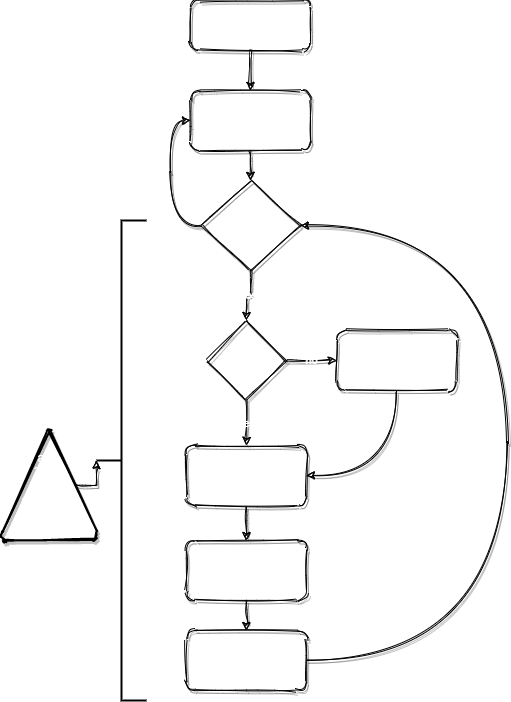
The draw.io diagram Doku/Diagramme/flowchart.png in cptwtf/ledrace, before a commit. Source tidied: cells renumbered, new cells last; positions are measured from the earlier drawing's top-left corner, leaving out a move shared by most shapes.
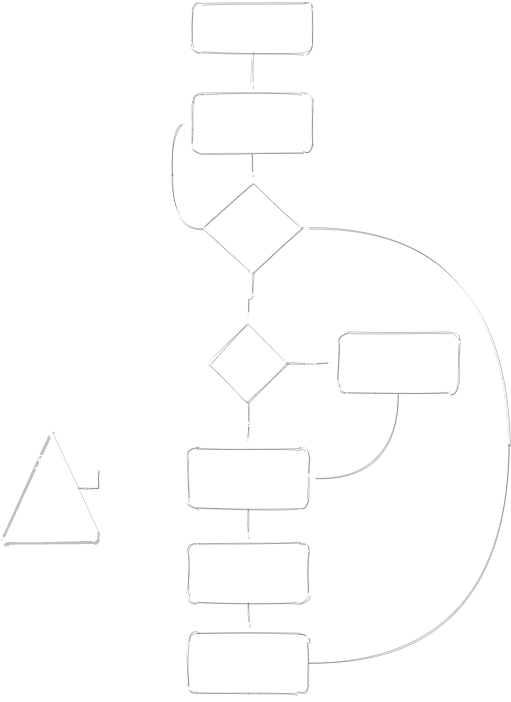
The same diagram one commit later.

Change to the diagram source:
```diff
@@ -2,24 +2,24 @@
   <root>
     <mxCell id="0" />
     <mxCell id="1" parent="0" />
-    <mxCell id="2" style="edgeStyle=orthogonalEdgeStyle;jettySize=auto;html=1;entryX=0.5;entryY=0;entryDx=0;entryDy=0;fillColor=none;sketch=1;shadow=1;fontColor=#FFFFFF;labelBackgroundColor=none;curved=1;" parent="1" edge="1" source="3" target="19">
+    <mxCell id="2" style="edgeStyle=orthogonalEdgeStyle;jettySize=auto;html=1;entryX=0.5;entryY=0;entryDx=0;entryDy=0;fillColor=none;sketch=1;shadow=1;fontColor=#FFFFFF;labelBackgroundColor=none;curved=1;strokeColor=#FFFFFF;" parent="1" edge="1" source="3" target="19">
       <mxGeometry relative="1" as="geometry" />
     </mxCell>
-    <mxCell id="3" value="setup()" style="rounded=1;whiteSpace=wrap;html=1;fillColor=none;sketch=1;shadow=1;fontColor=#FFFFFF;labelBackgroundColor=none;" parent="1" vertex="1">
+    <mxCell id="3" value="setup()" style="rounded=1;whiteSpace=wrap;html=1;fillColor=none;sketch=1;shadow=1;fontColor=#FFFFFF;labelBackgroundColor=none;strokeColor=#FFFFFF;" parent="1" vertex="1">
       <mxGeometry x="189" width="120" height="50" as="geometry" />
     </mxCell>
-    <mxCell id="4" style="edgeStyle=orthogonalEdgeStyle;rounded=0;jettySize=auto;html=1;exitX=0.5;exitY=1;exitDx=0;exitDy=0;fillColor=none;sketch=1;shadow=1;fontColor=#FFFFFF;labelBackgroundColor=none;" parent="1" edge="1" source="5">
+    <mxCell id="4" style="edgeStyle=orthogonalEdgeStyle;rounded=0;jettySize=auto;html=1;exitX=0.5;exitY=1;exitDx=0;exitDy=0;fillColor=none;sketch=1;shadow=1;fontColor=#FFFFFF;labelBackgroundColor=none;strokeColor=#FFFFFF;" parent="1" edge="1" source="5">
       <mxGeometry relative="1" as="geometry">
         <mxPoint x="245" y="540" as="targetPoint" />
       </mxGeometry>
     </mxCell>
-    <mxCell id="5" value="update()&lt;br&gt;each player" style="rounded=1;whiteSpace=wrap;html=1;fillColor=none;sketch=1;shadow=1;fontColor=#FFFFFF;labelBackgroundColor=none;" parent="1" vertex="1">
+    <mxCell id="5" value="update()&lt;br&gt;each player" style="rounded=1;whiteSpace=wrap;html=1;fillColor=none;sketch=1;shadow=1;fontColor=#FFFFFF;labelBackgroundColor=none;strokeColor=#FFFFFF;" parent="1" vertex="1">
       <mxGeometry x="185" y="445" width="120" height="60" as="geometry" />
     </mxCell>
-    <mxCell id="6" value="yes" style="edgeStyle=orthogonalEdgeStyle;rounded=0;jettySize=auto;html=1;exitX=0.5;exitY=1;exitDx=0;exitDy=0;entryX=0.5;entryY=0;entryDx=0;entryDy=0;fillColor=none;sketch=1;shadow=1;fontColor=#FFFFFF;labelBackgroundColor=none;" parent="1" edge="1" source="10" target="5">
+    <mxCell id="6" value="yes" style="edgeStyle=orthogonalEdgeStyle;rounded=0;jettySize=auto;html=1;exitX=0.5;exitY=1;exitDx=0;exitDy=0;entryX=0.5;entryY=0;entryDx=0;entryDy=0;fillColor=none;sketch=1;shadow=1;fontColor=#FFFFFF;labelBackgroundColor=none;strokeColor=#FFFFFF;" parent="1" edge="1" source="10" target="5">
       <mxGeometry relative="1" as="geometry" />
     </mxCell>
-    <mxCell id="7" value="no" style="edgeStyle=orthogonalEdgeStyle;jettySize=auto;html=1;entryX=0;entryY=0.5;entryDx=0;entryDy=0;fillColor=none;sketch=1;shadow=1;fontColor=#FFFFFF;labelBackgroundColor=none;curved=1;" parent="1" edge="1" source="8" target="19">
+    <mxCell id="7" value="no" style="edgeStyle=orthogonalEdgeStyle;jettySize=auto;html=1;entryX=0;entryY=0.5;entryDx=0;entryDy=0;fillColor=none;sketch=1;shadow=1;fontColor=#FFFFFF;labelBackgroundColor=none;curved=1;strokeColor=#FFFFFF;" parent="1" edge="1" source="8" target="19">
       <mxGeometry x="-0.03" y="14" relative="1" as="geometry">
         <Array as="points">
           <mxPoint x="169" y="225" />
@@ -27,31 +27,31 @@
         </Array>
       </mxGeometry>
     </mxCell>
-    <mxCell id="8" value="game running?" style="rhombus;whiteSpace=wrap;html=1;fillColor=none;sketch=1;shadow=1;fontColor=#FFFFFF;labelBackgroundColor=none;" parent="1" vertex="1">
+    <mxCell id="8" value="game running?" style="rhombus;whiteSpace=wrap;html=1;fillColor=none;sketch=1;shadow=1;fontColor=#FFFFFF;labelBackgroundColor=none;strokeColor=#FFFFFF;" parent="1" vertex="1">
       <mxGeometry x="199" y="180" width="100" height="90" as="geometry" />
     </mxCell>
-    <mxCell id="9" value="no" style="edgeStyle=orthogonalEdgeStyle;rounded=0;jettySize=auto;html=1;exitX=1;exitY=0.5;exitDx=0;exitDy=0;entryX=0;entryY=0.5;entryDx=0;entryDy=0;fillColor=none;sketch=1;shadow=1;fontColor=#FFFFFF;labelBackgroundColor=none;" parent="1" edge="1" source="10" target="13">
+    <mxCell id="9" value="no" style="edgeStyle=orthogonalEdgeStyle;rounded=0;jettySize=auto;html=1;exitX=1;exitY=0.5;exitDx=0;exitDy=0;entryX=0;entryY=0.5;entryDx=0;entryDy=0;fillColor=none;sketch=1;shadow=1;fontColor=#FFFFFF;labelBackgroundColor=none;strokeColor=#FFFFFF;" parent="1" edge="1" source="10" target="13">
       <mxGeometry relative="1" as="geometry" />
     </mxCell>
-    <mxCell id="10" value="game init&lt;br&gt;done?" style="rhombus;whiteSpace=wrap;html=1;fillColor=none;sketch=1;shadow=1;fontColor=#FFFFFF;labelBackgroundColor=none;" parent="1" vertex="1">
+    <mxCell id="10" value="game init&lt;br&gt;done?" style="rhombus;whiteSpace=wrap;html=1;fillColor=none;sketch=1;shadow=1;fontColor=#FFFFFF;labelBackgroundColor=none;strokeColor=#FFFFFF;" parent="1" vertex="1">
       <mxGeometry x="205" y="320" width="80" height="80" as="geometry" />
     </mxCell>
-    <mxCell id="11" value="yes" style="edgeStyle=orthogonalEdgeStyle;rounded=0;jettySize=auto;html=1;exitX=0.5;exitY=1;exitDx=0;exitDy=0;entryX=0.5;entryY=0;entryDx=0;entryDy=0;fillColor=none;sketch=1;shadow=1;fontColor=#FFFFFF;labelBackgroundColor=none;" parent="1" edge="1" source="8" target="10">
+    <mxCell id="11" value="yes" style="edgeStyle=orthogonalEdgeStyle;rounded=0;jettySize=auto;html=1;exitX=0.5;exitY=1;exitDx=0;exitDy=0;entryX=0.5;entryY=0;entryDx=0;entryDy=0;fillColor=none;sketch=1;shadow=1;fontColor=#FFFFFF;labelBackgroundColor=none;strokeColor=#FFFFFF;" parent="1" edge="1" source="8" target="10">
       <mxGeometry relative="1" as="geometry" />
     </mxCell>
-    <mxCell id="12" style="edgeStyle=orthogonalEdgeStyle;jettySize=auto;html=1;exitX=0.5;exitY=1;exitDx=0;exitDy=0;entryX=1;entryY=0.5;entryDx=0;entryDy=0;fillColor=none;sketch=1;shadow=1;fontColor=#FFFFFF;labelBackgroundColor=none;curved=1;" parent="1" edge="1" source="13" target="5">
+    <mxCell id="12" style="edgeStyle=orthogonalEdgeStyle;jettySize=auto;html=1;exitX=0.5;exitY=1;exitDx=0;exitDy=0;entryX=1;entryY=0.5;entryDx=0;entryDy=0;fillColor=none;sketch=1;shadow=1;fontColor=#FFFFFF;labelBackgroundColor=none;curved=1;strokeColor=#FFFFFF;" parent="1" edge="1" source="13" target="5">
       <mxGeometry relative="1" as="geometry" />
     </mxCell>
-    <mxCell id="13" value="initialize()&lt;br&gt;&lt;br&gt;each player" style="rounded=1;whiteSpace=wrap;html=1;fillColor=none;sketch=1;shadow=1;fontColor=#FFFFFF;labelBackgroundColor=none;" parent="1" vertex="1">
+    <mxCell id="13" value="initialize()&lt;br&gt;&lt;br&gt;each player" style="rounded=1;whiteSpace=wrap;html=1;fillColor=none;sketch=1;shadow=1;fontColor=#FFFFFF;labelBackgroundColor=none;strokeColor=#FFFFFF;" parent="1" vertex="1">
       <mxGeometry x="335" y="330" width="120" height="60" as="geometry" />
     </mxCell>
-    <mxCell id="14" style="edgeStyle=orthogonalEdgeStyle;rounded=0;jettySize=auto;html=1;exitX=0.5;exitY=1;exitDx=0;exitDy=0;entryX=0.5;entryY=0;entryDx=0;entryDy=0;fillColor=none;sketch=1;shadow=1;fontColor=#FFFFFF;labelBackgroundColor=none;" parent="1" edge="1" source="15" target="17">
+    <mxCell id="14" style="edgeStyle=orthogonalEdgeStyle;rounded=0;jettySize=auto;html=1;exitX=0.5;exitY=1;exitDx=0;exitDy=0;entryX=0.5;entryY=0;entryDx=0;entryDy=0;fillColor=none;sketch=1;shadow=1;fontColor=#FFFFFF;labelBackgroundColor=none;strokeColor=#FFFFFF;" parent="1" edge="1" source="15" target="17">
       <mxGeometry relative="1" as="geometry" />
     </mxCell>
-    <mxCell id="15" value="draw()&lt;br&gt;each player" style="rounded=1;whiteSpace=wrap;html=1;fillColor=none;sketch=1;shadow=1;fontColor=#FFFFFF;labelBackgroundColor=none;" parent="1" vertex="1">
+    <mxCell id="15" value="draw()&lt;br&gt;each player" style="rounded=1;whiteSpace=wrap;html=1;fillColor=none;sketch=1;shadow=1;fontColor=#FFFFFF;labelBackgroundColor=none;strokeColor=#FFFFFF;" parent="1" vertex="1">
       <mxGeometry x="185" y="540" width="120" height="60" as="geometry" />
     </mxCell>
-    <mxCell id="16" style="edgeStyle=orthogonalEdgeStyle;jettySize=auto;html=1;exitX=1;exitY=0.5;exitDx=0;exitDy=0;entryX=1;entryY=0.5;entryDx=0;entryDy=0;fillColor=none;sketch=1;shadow=1;fontColor=#FFFFFF;labelBackgroundColor=none;curved=1;" parent="1" edge="1" source="17" target="8">
+    <mxCell id="16" style="edgeStyle=orthogonalEdgeStyle;jettySize=auto;html=1;exitX=1;exitY=0.5;exitDx=0;exitDy=0;entryX=1;entryY=0.5;entryDx=0;entryDy=0;fillColor=none;sketch=1;shadow=1;fontColor=#FFFFFF;labelBackgroundColor=none;curved=1;strokeColor=#FFFFFF;" parent="1" edge="1" source="17" target="8">
       <mxGeometry relative="1" as="geometry">
         <Array as="points">
           <mxPoint x="505" y="660" />
@@ -59,25 +59,25 @@
         </Array>
       </mxGeometry>
     </mxCell>
-    <mxCell id="17" value="updateScreen()&lt;br&gt;&lt;br&gt;each player" style="rounded=1;whiteSpace=wrap;html=1;fillColor=none;sketch=1;shadow=1;fontColor=#FFFFFF;labelBackgroundColor=none;" parent="1" vertex="1">
+    <mxCell id="17" value="updateScreen()&lt;br&gt;&lt;br&gt;each player" style="rounded=1;whiteSpace=wrap;html=1;fillColor=none;sketch=1;shadow=1;fontColor=#FFFFFF;labelBackgroundColor=none;strokeColor=#FFFFFF;" parent="1" vertex="1">
       <mxGeometry x="185" y="630" width="120" height="60" as="geometry" />
     </mxCell>
-    <mxCell id="18" style="edgeStyle=orthogonalEdgeStyle;rounded=0;jettySize=auto;html=1;exitX=0.5;exitY=1;exitDx=0;exitDy=0;entryX=0.5;entryY=0;entryDx=0;entryDy=0;fillColor=none;sketch=1;shadow=1;fontColor=#FFFFFF;labelBackgroundColor=none;" parent="1" edge="1" source="19" target="8">
+    <mxCell id="18" style="edgeStyle=orthogonalEdgeStyle;rounded=0;jettySize=auto;html=1;exitX=0.5;exitY=1;exitDx=0;exitDy=0;entryX=0.5;entryY=0;entryDx=0;entryDy=0;fillColor=none;sketch=1;shadow=1;fontColor=#FFFFFF;labelBackgroundColor=none;strokeColor=#FFFFFF;" parent="1" edge="1" source="19" target="8">
       <mxGeometry relative="1" as="geometry" />
     </mxCell>
-    <mxCell id="19" value="updateMenu()" style="rounded=1;whiteSpace=wrap;html=1;fillColor=none;sketch=1;shadow=1;fontColor=#FFFFFF;labelBackgroundColor=none;" parent="1" vertex="1">
+    <mxCell id="19" value="updateMenu()" style="rounded=1;whiteSpace=wrap;html=1;fillColor=none;sketch=1;shadow=1;fontColor=#FFFFFF;labelBackgroundColor=none;strokeColor=#FFFFFF;" parent="1" vertex="1">
       <mxGeometry x="189" y="90" width="120" height="60" as="geometry" />
     </mxCell>
-    <mxCell id="20" style="strokeWidth=2;html=1;shape=mxgraph.flowchart.annotation_2;align=left;labelPosition=right;direction=east;" parent="1" vertex="1">
+    <mxCell id="20" style="strokeWidth=2;html=1;shape=mxgraph.flowchart.annotation_2;align=left;labelPosition=right;direction=east;strokeColor=#FFFFFF;" parent="1" vertex="1">
       <mxGeometry x="95" y="220" width="50" height="480" as="geometry" />
     </mxCell>
-    <mxCell id="21" style="edgeStyle=orthogonalEdgeStyle;rounded=0;jettySize=auto;html=1;exitX=0.78;exitY=0.5;exitDx=0;exitDy=0;exitPerimeter=0;entryX=0;entryY=0.5;entryDx=0;entryDy=0;entryPerimeter=0;fillColor=none;sketch=1;shadow=1;fontColor=#FFFFFF;labelBackgroundColor=none;" parent="1" edge="1" source="22" target="20">
+    <mxCell id="21" style="edgeStyle=orthogonalEdgeStyle;rounded=0;jettySize=auto;html=1;exitX=0.78;exitY=0.5;exitDx=0;exitDy=0;exitPerimeter=0;entryX=0;entryY=0.5;entryDx=0;entryDy=0;entryPerimeter=0;fillColor=none;sketch=1;shadow=1;fontColor=#FFFFFF;labelBackgroundColor=none;strokeColor=#FFFFFF;" parent="1" edge="1" source="22" target="20">
       <mxGeometry relative="1" as="geometry" />
     </mxCell>
-    <mxCell id="22" value="alle&amp;nbsp;&lt;br&gt;32ms&lt;br&gt;&lt;br&gt;oder auch&lt;br&gt;~30fps" style="strokeWidth=2;html=1;shape=mxgraph.flowchart.extract_or_measurement;whiteSpace=wrap;fillColor=none;sketch=1;shadow=1;fontColor=#FFFFFF;labelBackgroundColor=none;" parent="1" vertex="1">
+    <mxCell id="22" value="alle&amp;nbsp;&lt;br&gt;32ms&lt;br&gt;&lt;br&gt;oder auch&lt;br&gt;~30fps" style="strokeWidth=2;html=1;shape=mxgraph.flowchart.extract_or_measurement;whiteSpace=wrap;fillColor=none;sketch=1;shadow=1;fontColor=#FFFFFF;labelBackgroundColor=none;strokeColor=#FFFFFF;" parent="1" vertex="1">
       <mxGeometry y="430" width="95" height="110" as="geometry" />
     </mxCell>
-    <mxCell id="23" style="edgeStyle=orthogonalEdgeStyle;rounded=0;orthogonalLoop=1;jettySize=auto;html=1;exitX=0.5;exitY=1;exitDx=0;exitDy=0;exitPerimeter=0;fillColor=none;sketch=1;shadow=1;fontColor=#FFFFFF;labelBackgroundColor=none;" parent="1" edge="1" source="22" target="22">
+    <mxCell id="23" style="edgeStyle=orthogonalEdgeStyle;rounded=0;orthogonalLoop=1;jettySize=auto;html=1;exitX=0.5;exitY=1;exitDx=0;exitDy=0;exitPerimeter=0;fillColor=none;sketch=1;shadow=1;fontColor=#FFFFFF;labelBackgroundColor=none;strokeColor=#FFFFFF;" parent="1" edge="1" source="22" target="22">
       <mxGeometry relative="1" as="geometry" />
     </mxCell>
   </root>
```
